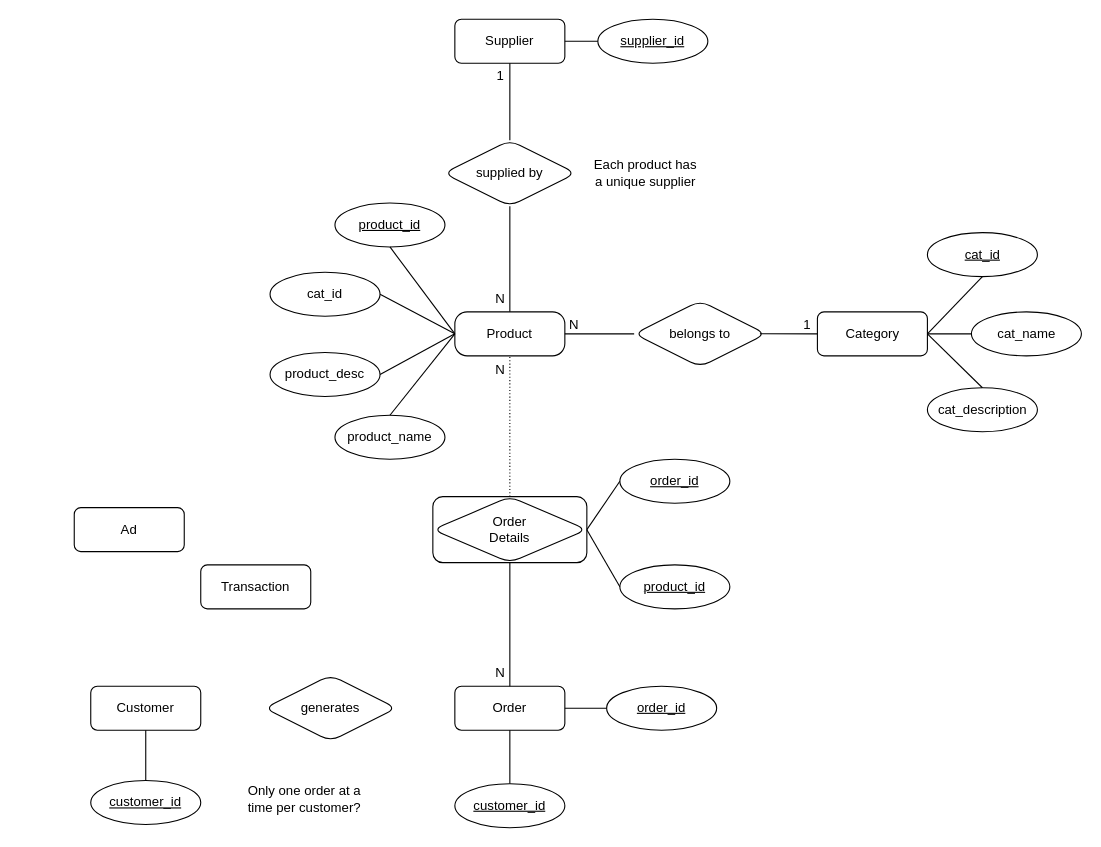
This is E_R_Diagram/Diego_ER.drawio from diego-karsa/Data-Management-Group-15, a draw.io file, before an edit. Source tidied: cells renumbered, new cells numbered last; positions are measured from the earlier drawing's top-left corner, leaving out a move shared by most shapes. Both pictures are drawn from the tidied source at 110%, with x=0, y=0 at pixel (74, 19).
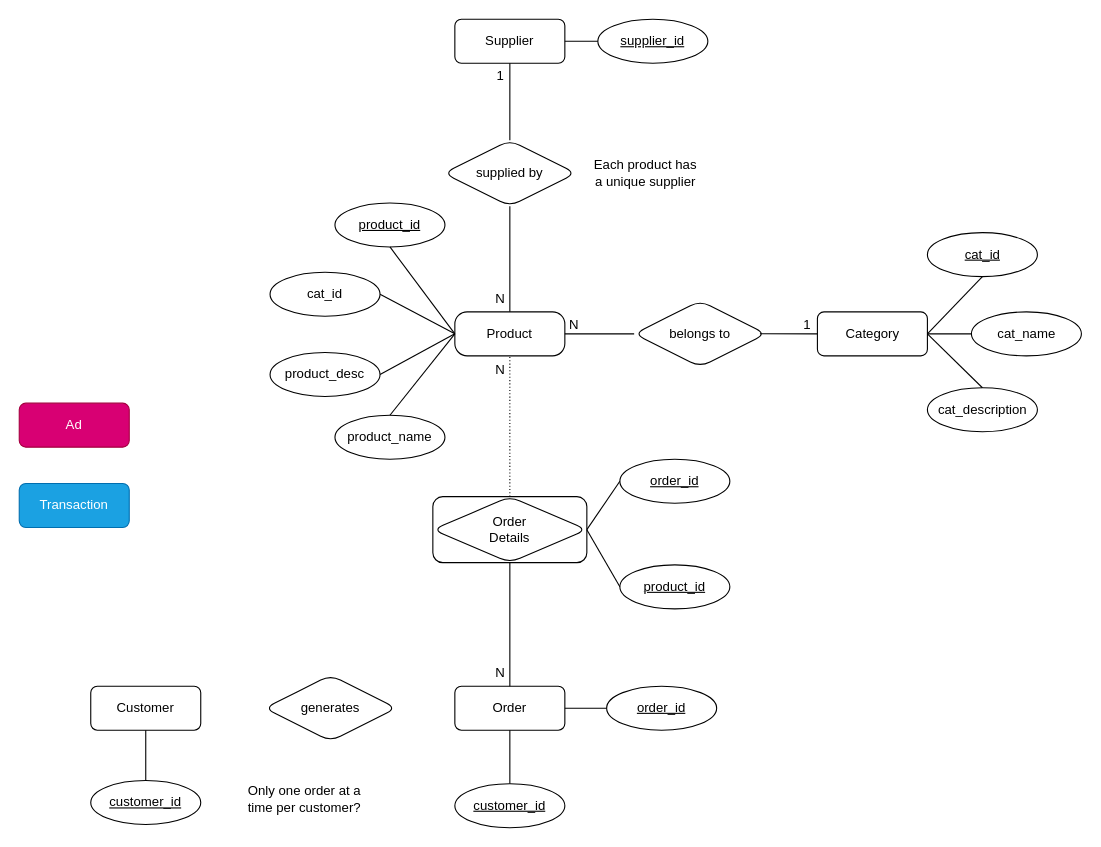
Above is the later version.

Diff of the diagram source:
```diff
@@
-    <mxCell id="5" value="Transaction" style="whiteSpace=wrap;html=1;align=center;rounded=1;" parent="1" vertex="1">
-      <mxGeometry x="115" y="496" width="100" height="40" as="geometry" />
+    <mxCell id="5" value="Transaction" style="whiteSpace=wrap;html=1;align=center;rounded=1;fillColor=#1ba1e2;fontColor=#ffffff;strokeColor=#006EAF;" parent="1" vertex="1">
+      <mxGeometry x="-50" y="422" width="100" height="40" as="geometry" />
     </mxCell>
@@
-    <mxCell id="8" value="Ad" style="whiteSpace=wrap;html=1;align=center;rounded=1;" parent="1" vertex="1">
-      <mxGeometry y="444" width="100" height="40" as="geometry" />
+    <mxCell id="8" value="Ad" style="whiteSpace=wrap;html=1;align=center;rounded=1;fillColor=#d80073;fontColor=#ffffff;strokeColor=#A50040;" parent="1" vertex="1">
+      <mxGeometry x="-50" y="349" width="100" height="40" as="geometry" />
     </mxCell>
```
